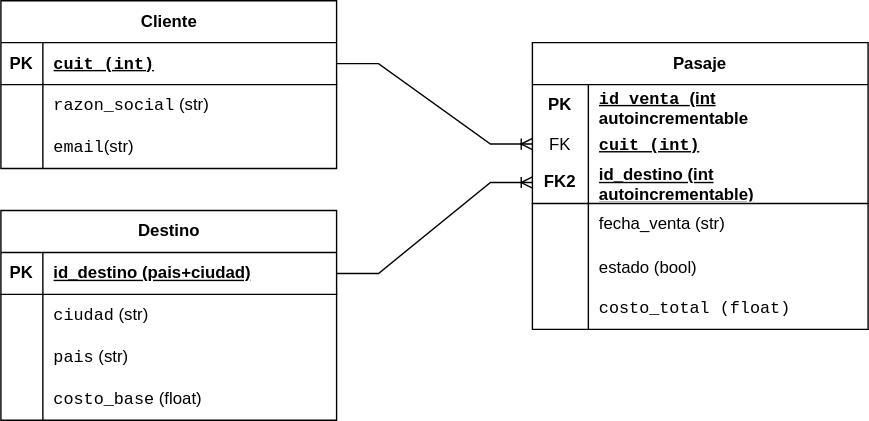
This is assets/SkyRoute.drawio.svg from ferareosa/ABP_Modulo_Programador, a draw.io export, as it was before one commit. Source tidied: cells renumbered, new cells last; positions are measured from the earlier drawing's top-left corner, leaving out a move shared by most shapes.
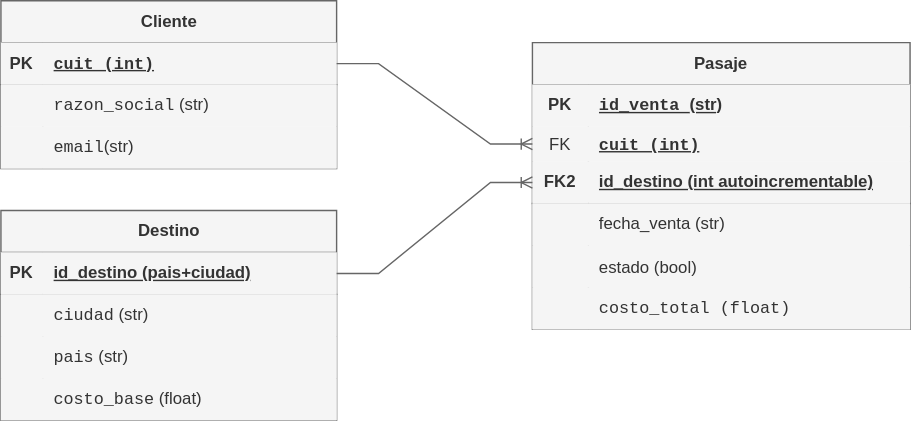
Above is the later version.

Commit message:
Update (README.md, SkyRoute.drawio.svg) se corrige informacion errada

The edit, as a diff of the source:
```diff
@@ -4,129 +4,129 @@
     <mxCell id="1" parent="0" />
-    <mxCell id="2" value="Destino" style="shape=table;startSize=30;rowLines=0;fontStyle=1;align=center;html=1;" parent="1" vertex="1">
+    <mxCell id="2" value="Destino" style="shape=table;startSize=30;rowLines=0;fontStyle=1;align=center;html=1;fillColor=#f5f5f5;fontColor=light-dark(#333333,#E6E6E6);strokeColor=#666666;" parent="1" vertex="1">
       <mxGeometry y="150" width="240" height="150" as="geometry" />
     </mxCell>
-    <mxCell id="3" style="shape=tableRow;horizontal=0;startSize=0;swimlaneHead=0;swimlaneBody=0;fillColor=none;points=[[0,0.5],[1,0.5]];portConstraint=eastwest;top=0;left=0;right=0;bottom=1;" parent="2" vertex="1">
+    <mxCell id="3" style="shape=tableRow;horizontal=0;startSize=0;swimlaneHead=0;swimlaneBody=0;fillColor=#f5f5f5;points=[[0,0.5],[1,0.5]];portConstraint=eastwest;top=0;left=0;right=0;bottom=1;fontColor=light-dark(#333333,#E6E6E6);strokeColor=#666666;" parent="2" vertex="1">
       <mxGeometry y="30" width="240" height="30" as="geometry" />
     </mxCell>
-    <mxCell id="4" value="PK" style="shape=partialRectangle;fillColor=none;top=0;left=0;bottom=0;right=0;fontStyle=1;overflow=hidden;whiteSpace=wrap;html=1;" parent="3" vertex="1">
+    <mxCell id="4" value="PK" style="shape=partialRectangle;fillColor=#f5f5f5;top=0;left=0;bottom=0;right=0;fontStyle=1;overflow=hidden;whiteSpace=wrap;html=1;fontColor=light-dark(#333333,#E6E6E6);strokeColor=#666666;" parent="3" vertex="1">
       <mxGeometry width="30" height="30" as="geometry" />
     </mxCell>
-    <mxCell id="5" value="id_destino (pais+ciudad)" style="shape=partialRectangle;fillColor=none;top=0;left=0;bottom=0;right=0;align=left;spacingLeft=6;fontStyle=5;overflow=hidden;whiteSpace=wrap;html=1;" parent="3" vertex="1">
+    <mxCell id="5" value="id_destino (pais+ciudad)" style="shape=partialRectangle;fillColor=#f5f5f5;top=0;left=0;bottom=0;right=0;align=left;spacingLeft=6;fontStyle=5;overflow=hidden;whiteSpace=wrap;html=1;fontColor=light-dark(#333333,#E6E6E6);strokeColor=#666666;" parent="3" vertex="1">
       <mxGeometry x="30" width="210" height="30" as="geometry" />
     </mxCell>
-    <mxCell id="6" style="shape=tableRow;horizontal=0;startSize=0;swimlaneHead=0;swimlaneBody=0;fillColor=none;top=0;left=0;right=0;bottom=0;" parent="2" vertex="1">
+    <mxCell id="6" style="shape=tableRow;horizontal=0;startSize=0;swimlaneHead=0;swimlaneBody=0;fillColor=#f5f5f5;top=0;left=0;right=0;bottom=0;fontColor=light-dark(#333333,#E6E6E6);strokeColor=#666666;" parent="2" vertex="1">
       <mxGeometry y="60" width="240" height="30" as="geometry" />
     </mxCell>
-    <mxCell id="7" style="shape=partialRectangle;fillColor=none;top=0;left=0;bottom=0;right=0;overflow=hidden;whiteSpace=wrap;html=1;" parent="6" vertex="1">
+    <mxCell id="7" style="shape=partialRectangle;fillColor=#f5f5f5;top=0;left=0;bottom=0;right=0;overflow=hidden;whiteSpace=wrap;html=1;fontColor=light-dark(#333333,#E6E6E6);strokeColor=#666666;" parent="6" vertex="1">
       <mxGeometry width="30" height="30" as="geometry" />
     </mxCell>
-    <mxCell id="8" value="&lt;code&gt;ciudad&lt;/code&gt; (str)" style="shape=partialRectangle;fillColor=none;top=0;left=0;bottom=0;right=0;align=left;spacingLeft=6;overflow=hidden;whiteSpace=wrap;html=1;" parent="6" vertex="1">
+    <mxCell id="8" value="&lt;code&gt;ciudad&lt;/code&gt; (str)" style="shape=partialRectangle;fillColor=#f5f5f5;top=0;left=0;bottom=0;right=0;align=left;spacingLeft=6;overflow=hidden;whiteSpace=wrap;html=1;fontColor=light-dark(#333333,#E6E6E6);strokeColor=#666666;" parent="6" vertex="1">
       <mxGeometry x="30" width="210" height="30" as="geometry" />
     </mxCell>
-    <mxCell id="9" style="shape=tableRow;horizontal=0;startSize=0;swimlaneHead=0;swimlaneBody=0;fillColor=none;top=0;left=0;right=0;bottom=0;" parent="2" vertex="1">
+    <mxCell id="9" style="shape=tableRow;horizontal=0;startSize=0;swimlaneHead=0;swimlaneBody=0;fillColor=#f5f5f5;top=0;left=0;right=0;bottom=0;fontColor=light-dark(#333333,#E6E6E6);strokeColor=#666666;" parent="2" vertex="1">
       <mxGeometry y="90" width="240" height="30" as="geometry" />
     </mxCell>
-    <mxCell id="10" style="shape=partialRectangle;fillColor=none;top=0;left=0;bottom=0;right=0;overflow=hidden;whiteSpace=wrap;html=1;" parent="9" vertex="1">
+    <mxCell id="10" style="shape=partialRectangle;fillColor=#f5f5f5;top=0;left=0;bottom=0;right=0;overflow=hidden;whiteSpace=wrap;html=1;fontColor=light-dark(#333333,#E6E6E6);strokeColor=#666666;" parent="9" vertex="1">
       <mxGeometry width="30" height="30" as="geometry" />
     </mxCell>
-    <mxCell id="11" value="&lt;code&gt;pais&lt;/code&gt; (str)" style="shape=partialRectangle;fillColor=none;top=0;left=0;bottom=0;right=0;align=left;spacingLeft=6;overflow=hidden;whiteSpace=wrap;html=1;" parent="9" vertex="1">
+    <mxCell id="11" value="&lt;code&gt;pais&lt;/code&gt; (str)" style="shape=partialRectangle;fillColor=#f5f5f5;top=0;left=0;bottom=0;right=0;align=left;spacingLeft=6;overflow=hidden;whiteSpace=wrap;html=1;fontColor=light-dark(#333333,#E6E6E6);strokeColor=#666666;" parent="9" vertex="1">
       <mxGeometry x="30" width="210" height="30" as="geometry" />
     </mxCell>
-    <mxCell id="12" style="shape=tableRow;horizontal=0;startSize=0;swimlaneHead=0;swimlaneBody=0;fillColor=none;top=0;left=0;right=0;bottom=0;" parent="2" vertex="1">
+    <mxCell id="12" style="shape=tableRow;horizontal=0;startSize=0;swimlaneHead=0;swimlaneBody=0;fillColor=#f5f5f5;top=0;left=0;right=0;bottom=0;fontColor=light-dark(#333333,#E6E6E6);strokeColor=#666666;" parent="2" vertex="1">
       <mxGeometry y="120" width="240" height="30" as="geometry" />
     </mxCell>
-    <mxCell id="13" style="shape=partialRectangle;fillColor=none;top=0;left=0;bottom=0;right=0;overflow=hidden;whiteSpace=wrap;html=1;" parent="12" vertex="1">
+    <mxCell id="13" style="shape=partialRectangle;fillColor=#f5f5f5;top=0;left=0;bottom=0;right=0;overflow=hidden;whiteSpace=wrap;html=1;fontColor=light-dark(#333333,#E6E6E6);strokeColor=#666666;" parent="12" vertex="1">
       <mxGeometry width="30" height="30" as="geometry" />
     </mxCell>
-    <mxCell id="14" value="&lt;code&gt;costo_base&lt;/code&gt; (float)" style="shape=partialRectangle;fillColor=none;top=0;left=0;bottom=0;right=0;align=left;spacingLeft=6;overflow=hidden;whiteSpace=wrap;html=1;" parent="12" vertex="1">
+    <mxCell id="14" value="&lt;code&gt;costo_base&lt;/code&gt; (float)" style="shape=partialRectangle;fillColor=#f5f5f5;top=0;left=0;bottom=0;right=0;align=left;spacingLeft=6;overflow=hidden;whiteSpace=wrap;html=1;fontColor=light-dark(#333333,#E6E6E6);strokeColor=#666666;" parent="12" vertex="1">
       <mxGeometry x="30" width="210" height="30" as="geometry" />
     </mxCell>
-    <mxCell id="15" value="Pasaje" style="shape=table;startSize=30;rowLines=0;fontStyle=1;align=center;html=1;whiteSpace=wrap;" parent="1" vertex="1">
-      <mxGeometry x="380" y="30" width="240" height="205" as="geometry" />
+    <mxCell id="15" value="Pasaje" style="shape=table;startSize=30;rowLines=0;fontStyle=1;align=center;html=1;whiteSpace=wrap;fillColor=#f5f5f5;fontColor=light-dark(#333333,#E6E6E6);strokeColor=#666666;" parent="1" vertex="1">
+      <mxGeometry x="380" y="30" width="270" height="205" as="geometry" />
     </mxCell>
-    <mxCell id="16" style="shape=tableRow;horizontal=0;startSize=0;swimlaneHead=0;swimlaneBody=0;fillColor=none;top=0;left=0;right=0;bottom=0;html=1;" parent="15" vertex="1">
-      <mxGeometry y="30" width="240" height="30" as="geometry" />
+    <mxCell id="16" style="shape=tableRow;horizontal=0;startSize=0;swimlaneHead=0;swimlaneBody=0;fillColor=#f5f5f5;top=0;left=0;right=0;bottom=0;html=1;fontColor=light-dark(#333333,#E6E6E6);strokeColor=#666666;" parent="15" vertex="1">
+      <mxGeometry y="30" width="270" height="30" as="geometry" />
     </mxCell>
-    <mxCell id="17" value="PK" style="shape=partialRectangle;fillColor=none;top=0;left=0;bottom=0;right=0;fontStyle=1;overflow=hidden;html=1;whiteSpace=wrap;" parent="16" vertex="1">
+    <mxCell id="17" value="PK" style="shape=partialRectangle;fillColor=#f5f5f5;top=0;left=0;bottom=0;right=0;fontStyle=1;overflow=hidden;html=1;whiteSpace=wrap;fontColor=light-dark(#333333,#E6E6E6);strokeColor=#666666;" parent="16" vertex="1">
       <mxGeometry width="40" height="30" as="geometry" />
     </mxCell>
-    <mxCell id="18" value="&lt;code&gt;id_venta&amp;nbsp;&lt;/code&gt;(int autoincrementable" style="shape=partialRectangle;fillColor=none;top=0;left=0;bottom=0;right=0;align=left;spacingLeft=6;fontStyle=5;overflow=hidden;html=1;whiteSpace=wrap;" parent="16" vertex="1">
-      <mxGeometry x="40" width="200" height="30" as="geometry" />
+    <mxCell id="18" value="&lt;code&gt;id_venta&amp;nbsp;&lt;/code&gt;(str)" style="shape=partialRectangle;fillColor=#f5f5f5;top=0;left=0;bottom=0;right=0;align=left;spacingLeft=6;fontStyle=5;overflow=hidden;html=1;whiteSpace=wrap;fontColor=light-dark(#333333,#E6E6E6);strokeColor=#666666;" parent="16" vertex="1">
+      <mxGeometry x="40" width="230" height="30" as="geometry" />
     </mxCell>
-    <mxCell id="19" style="shape=tableRow;horizontal=0;startSize=0;swimlaneHead=0;swimlaneBody=0;fillColor=none;points=[[0,0.5],[1,0.5]];portConstraint=eastwest;top=0;left=0;right=0;bottom=0;" parent="15" vertex="1">
-      <mxGeometry y="60" width="240" height="25" as="geometry" />
+    <mxCell id="19" style="shape=tableRow;horizontal=0;startSize=0;swimlaneHead=0;swimlaneBody=0;fillColor=#f5f5f5;points=[[0,0.5],[1,0.5]];portConstraint=eastwest;top=0;left=0;right=0;bottom=0;fontColor=light-dark(#333333,#E6E6E6);strokeColor=#666666;" parent="15" vertex="1">
+      <mxGeometry y="60" width="270" height="25" as="geometry" />
     </mxCell>
-    <mxCell id="20" value="FK" style="shape=partialRectangle;fillColor=none;top=0;left=0;bottom=0;right=0;fontStyle=0;overflow=hidden;whiteSpace=wrap;html=1;" parent="19" vertex="1">
+    <mxCell id="20" value="FK" style="shape=partialRectangle;fillColor=#f5f5f5;top=0;left=0;bottom=0;right=0;fontStyle=0;overflow=hidden;whiteSpace=wrap;html=1;fontColor=light-dark(#333333,#E6E6E6);strokeColor=#666666;" parent="19" vertex="1">
       <mxGeometry width="40" height="25" as="geometry" />
     </mxCell>
-    <mxCell id="21" value="&lt;span style=&quot;font-family: monospace; font-weight: 700; text-decoration-line: underline;&quot;&gt;cuit (int)&lt;/span&gt;" style="shape=partialRectangle;fillColor=none;top=0;left=0;bottom=0;right=0;align=left;spacingLeft=6;fontStyle=0;overflow=hidden;whiteSpace=wrap;html=1;" parent="19" vertex="1">
-      <mxGeometry x="40" width="200" height="25" as="geometry" />
+    <mxCell id="21" value="&lt;span style=&quot;font-family: monospace; font-weight: 700; text-decoration-line: underline;&quot;&gt;cuit (int)&lt;/span&gt;" style="shape=partialRectangle;fillColor=#f5f5f5;top=0;left=0;bottom=0;right=0;align=left;spacingLeft=6;fontStyle=0;overflow=hidden;whiteSpace=wrap;html=1;fontColor=light-dark(#333333,#E6E6E6);strokeColor=#666666;" parent="19" vertex="1">
+      <mxGeometry x="40" width="230" height="25" as="geometry" />
     </mxCell>
-    <mxCell id="22" style="shape=tableRow;horizontal=0;startSize=0;swimlaneHead=0;swimlaneBody=0;fillColor=none;points=[[0,0.5],[1,0.5]];portConstraint=eastwest;top=0;left=0;right=0;bottom=1;html=1;" parent="15" vertex="1">
-      <mxGeometry y="85" width="240" height="30" as="geometry" />
+    <mxCell id="22" style="shape=tableRow;horizontal=0;startSize=0;swimlaneHead=0;swimlaneBody=0;fillColor=#f5f5f5;points=[[0,0.5],[1,0.5]];portConstraint=eastwest;top=0;left=0;right=0;bottom=1;html=1;fontColor=light-dark(#333333,#E6E6E6);strokeColor=#666666;" parent="15" vertex="1">
+      <mxGeometry y="85" width="270" height="30" as="geometry" />
     </mxCell>
-    <mxCell id="23" value="FK2" style="shape=partialRectangle;fillColor=none;top=0;left=0;bottom=0;right=0;fontStyle=1;overflow=hidden;html=1;whiteSpace=wrap;" parent="22" vertex="1">
+    <mxCell id="23" value="FK2" style="shape=partialRectangle;fillColor=#f5f5f5;top=0;left=0;bottom=0;right=0;fontStyle=1;overflow=hidden;html=1;whiteSpace=wrap;fontColor=light-dark(#333333,#E6E6E6);strokeColor=#666666;" parent="22" vertex="1">
       <mxGeometry width="40" height="30" as="geometry" />
     </mxCell>
-    <mxCell id="24" value="id_destino (int autoincrementable)" style="shape=partialRectangle;fillColor=none;top=0;left=0;bottom=0;right=0;align=left;spacingLeft=6;fontStyle=5;overflow=hidden;html=1;whiteSpace=wrap;" parent="22" vertex="1">
-      <mxGeometry x="40" width="200" height="30" as="geometry" />
+    <mxCell id="24" value="id_destino (int autoincrementable)" style="shape=partialRectangle;fillColor=#f5f5f5;top=0;left=0;bottom=0;right=0;align=left;spacingLeft=6;fontStyle=5;overflow=hidden;html=1;whiteSpace=wrap;fontColor=light-dark(#333333,#E6E6E6);strokeColor=#666666;" parent="22" vertex="1">
+      <mxGeometry x="40" width="230" height="30" as="geometry" />
     </mxCell>
-    <mxCell id="25" style="shape=tableRow;horizontal=0;startSize=0;swimlaneHead=0;swimlaneBody=0;fillColor=none;top=0;left=0;right=0;bottom=0;html=1;" parent="15" vertex="1">
-      <mxGeometry y="115" width="240" height="30" as="geometry" />
+    <mxCell id="25" style="shape=tableRow;horizontal=0;startSize=0;swimlaneHead=0;swimlaneBody=0;fillColor=#f5f5f5;top=0;left=0;right=0;bottom=0;html=1;fontColor=light-dark(#333333,#E6E6E6);strokeColor=#666666;" parent="15" vertex="1">
+      <mxGeometry y="115" width="270" height="30" as="geometry" />
     </mxCell>
-    <mxCell id="26" style="shape=partialRectangle;fillColor=none;top=0;left=0;bottom=0;right=0;overflow=hidden;html=1;whiteSpace=wrap;" parent="25" vertex="1">
+    <mxCell id="26" style="shape=partialRectangle;fillColor=#f5f5f5;top=0;left=0;bottom=0;right=0;overflow=hidden;html=1;whiteSpace=wrap;fontColor=light-dark(#333333,#E6E6E6);strokeColor=#666666;" parent="25" vertex="1">
       <mxGeometry width="40" height="30" as="geometry" />
     </mxCell>
-    <mxCell id="27" value="fecha_venta (str)" style="shape=partialRectangle;fillColor=none;top=0;left=0;bottom=0;right=0;align=left;spacingLeft=6;overflow=hidden;html=1;whiteSpace=wrap;" parent="25" vertex="1">
-      <mxGeometry x="40" width="200" height="30" as="geometry" />
+    <mxCell id="27" value="fecha_venta (str)" style="shape=partialRectangle;fillColor=#f5f5f5;top=0;left=0;bottom=0;right=0;align=left;spacingLeft=6;overflow=hidden;html=1;whiteSpace=wrap;fontColor=light-dark(#333333,#E6E6E6);strokeColor=#666666;" parent="25" vertex="1">
+      <mxGeometry x="40" width="230" height="30" as="geometry" />
     </mxCell>
-    <mxCell id="28" style="shape=tableRow;horizontal=0;startSize=0;swimlaneHead=0;swimlaneBody=0;fillColor=none;top=0;left=0;right=0;bottom=0;" parent="15" vertex="1">
-      <mxGeometry y="145" width="240" height="30" as="geometry" />
+    <mxCell id="28" style="shape=tableRow;horizontal=0;startSize=0;swimlaneHead=0;swimlaneBody=0;fillColor=#f5f5f5;top=0;left=0;right=0;bottom=0;fontColor=light-dark(#333333,#E6E6E6);strokeColor=#666666;" parent="15" vertex="1">
+      <mxGeometry y="145" width="270" height="30" as="geometry" />
     </mxCell>
-    <mxCell id="29" style="shape=partialRectangle;fillColor=none;top=0;left=0;bottom=0;right=0;overflow=hidden;" parent="28" vertex="1">
+    <mxCell id="29" style="shape=partialRectangle;fillColor=#f5f5f5;top=0;left=0;bottom=0;right=0;overflow=hidden;fontColor=light-dark(#333333,#E6E6E6);strokeColor=#666666;" parent="28" vertex="1">
       <mxGeometry width="40" height="30" as="geometry" />
     </mxCell>
-    <mxCell id="30" value="estado (bool)" style="shape=partialRectangle;fillColor=none;top=0;left=0;bottom=0;right=0;align=left;spacingLeft=6;overflow=hidden;" parent="28" vertex="1">
-      <mxGeometry x="40" width="200" height="30" as="geometry" />
+    <mxCell id="30" value="estado (bool)" style="shape=partialRectangle;fillColor=#f5f5f5;top=0;left=0;bottom=0;right=0;align=left;spacingLeft=6;overflow=hidden;fontColor=light-dark(#333333,#E6E6E6);strokeColor=#666666;" parent="28" vertex="1">
+      <mxGeometry x="40" width="230" height="30" as="geometry" />
     </mxCell>
-    <mxCell id="31" style="shape=tableRow;horizontal=0;startSize=0;swimlaneHead=0;swimlaneBody=0;fillColor=none;top=0;left=0;right=0;bottom=0;html=1;" parent="15" vertex="1">
-      <mxGeometry y="175" width="240" height="30" as="geometry" />
+    <mxCell id="31" style="shape=tableRow;horizontal=0;startSize=0;swimlaneHead=0;swimlaneBody=0;fillColor=#f5f5f5;top=0;left=0;right=0;bottom=0;html=1;fontColor=light-dark(#333333,#E6E6E6);strokeColor=#666666;" parent="15" vertex="1">
+      <mxGeometry y="175" width="270" height="30" as="geometry" />
     </mxCell>
-    <mxCell id="32" style="shape=partialRectangle;fillColor=none;top=0;left=0;bottom=0;right=0;overflow=hidden;html=1;whiteSpace=wrap;" parent="31" vertex="1">
+    <mxCell id="32" style="shape=partialRectangle;fillColor=#f5f5f5;top=0;left=0;bottom=0;right=0;overflow=hidden;html=1;whiteSpace=wrap;fontColor=light-dark(#333333,#E6E6E6);strokeColor=#666666;" parent="31" vertex="1">
       <mxGeometry width="40" height="30" as="geometry" />
     </mxCell>
-    <mxCell id="33" value="&lt;code&gt;costo_total (float)&lt;/code&gt;" style="shape=partialRectangle;fillColor=none;top=0;left=0;bottom=0;right=0;align=left;spacingLeft=6;overflow=hidden;html=1;whiteSpace=wrap;" parent="31" vertex="1">
-      <mxGeometry x="40" width="200" height="30" as="geometry" />
+    <mxCell id="33" value="&lt;code&gt;costo_total (float)&lt;/code&gt;" style="shape=partialRectangle;fillColor=#f5f5f5;top=0;left=0;bottom=0;right=0;align=left;spacingLeft=6;overflow=hidden;html=1;whiteSpace=wrap;fontColor=light-dark(#333333,#E6E6E6);strokeColor=#666666;" parent="31" vertex="1">
+      <mxGeometry x="40" width="230" height="30" as="geometry" />
     </mxCell>
-    <mxCell id="34" value="Cliente" style="shape=table;startSize=30;rowLines=0;fontStyle=1;align=center;html=1;" parent="1" vertex="1">
+    <mxCell id="34" value="Cliente" style="shape=table;startSize=30;rowLines=0;fontStyle=1;align=center;html=1;fillColor=#f5f5f5;fontColor=light-dark(#333333,#E6E6E6);strokeColor=#666666;" parent="1" vertex="1">
       <mxGeometry width="240" height="120" as="geometry" />
     </mxCell>
-    <mxCell id="35" style="shape=tableRow;horizontal=0;startSize=0;swimlaneHead=0;swimlaneBody=0;fillColor=none;points=[[0,0.5],[1,0.5]];portConstraint=eastwest;top=0;left=0;right=0;bottom=1;" parent="34" vertex="1">
+    <mxCell id="35" style="shape=tableRow;horizontal=0;startSize=0;swimlaneHead=0;swimlaneBody=0;fillColor=#f5f5f5;points=[[0,0.5],[1,0.5]];portConstraint=eastwest;top=0;left=0;right=0;bottom=1;fontColor=light-dark(#333333,#E6E6E6);strokeColor=#666666;" parent="34" vertex="1">
       <mxGeometry y="30" width="240" height="30" as="geometry" />
     </mxCell>
-    <mxCell id="36" value="PK" style="shape=partialRectangle;fillColor=none;top=0;left=0;bottom=0;right=0;fontStyle=1;overflow=hidden;whiteSpace=wrap;html=1;" parent="35" vertex="1">
+    <mxCell id="36" value="PK" style="shape=partialRectangle;fillColor=#f5f5f5;top=0;left=0;bottom=0;right=0;fontStyle=1;overflow=hidden;whiteSpace=wrap;html=1;fontColor=light-dark(#333333,#E6E6E6);strokeColor=#666666;" parent="35" vertex="1">
       <mxGeometry width="30" height="30" as="geometry" />
     </mxCell>
-    <mxCell id="37" value="&lt;code&gt;cuit (int)&lt;/code&gt;" style="shape=partialRectangle;fillColor=none;top=0;left=0;bottom=0;right=0;align=left;spacingLeft=6;fontStyle=5;overflow=hidden;whiteSpace=wrap;html=1;" parent="35" vertex="1">
+    <mxCell id="37" value="&lt;code&gt;cuit (int)&lt;/code&gt;" style="shape=partialRectangle;fillColor=#f5f5f5;top=0;left=0;bottom=0;right=0;align=left;spacingLeft=6;fontStyle=5;overflow=hidden;whiteSpace=wrap;html=1;fontColor=light-dark(#333333,#E6E6E6);strokeColor=#666666;" parent="35" vertex="1">
       <mxGeometry x="30" width="210" height="30" as="geometry" />
     </mxCell>
-    <mxCell id="38" style="shape=tableRow;horizontal=0;startSize=0;swimlaneHead=0;swimlaneBody=0;fillColor=none;top=0;left=0;right=0;bottom=0;" parent="34" vertex="1">
+    <mxCell id="38" style="shape=tableRow;horizontal=0;startSize=0;swimlaneHead=0;swimlaneBody=0;fillColor=#f5f5f5;top=0;left=0;right=0;bottom=0;fontColor=light-dark(#333333,#E6E6E6);strokeColor=#666666;" parent="34" vertex="1">
       <mxGeometry y="60" width="240" height="30" as="geometry" />
     </mxCell>
-    <mxCell id="39" style="shape=partialRectangle;fillColor=none;top=0;left=0;bottom=0;right=0;overflow=hidden;whiteSpace=wrap;html=1;" parent="38" vertex="1">
+    <mxCell id="39" style="shape=partialRectangle;fillColor=#f5f5f5;top=0;left=0;bottom=0;right=0;overflow=hidden;whiteSpace=wrap;html=1;fontColor=light-dark(#333333,#E6E6E6);strokeColor=#666666;" parent="38" vertex="1">
       <mxGeometry width="30" height="30" as="geometry" />
     </mxCell>
-    <mxCell id="40" value="&lt;code&gt;razon_social&lt;/code&gt; (str)" style="shape=partialRectangle;fillColor=none;top=0;left=0;bottom=0;right=0;align=left;spacingLeft=6;overflow=hidden;whiteSpace=wrap;html=1;" parent="38" vertex="1">
+    <mxCell id="40" value="&lt;code&gt;razon_social&lt;/code&gt; (str)" style="shape=partialRectangle;fillColor=#f5f5f5;top=0;left=0;bottom=0;right=0;align=left;spacingLeft=6;overflow=hidden;whiteSpace=wrap;html=1;fontColor=light-dark(#333333,#E6E6E6);strokeColor=#666666;" parent="38" vertex="1">
       <mxGeometry x="30" width="210" height="30" as="geometry" />
     </mxCell>
-    <mxCell id="41" style="shape=tableRow;horizontal=0;startSize=0;swimlaneHead=0;swimlaneBody=0;fillColor=none;top=0;left=0;right=0;bottom=0;" parent="34" vertex="1">
+    <mxCell id="41" style="shape=tableRow;horizontal=0;startSize=0;swimlaneHead=0;swimlaneBody=0;fillColor=#f5f5f5;top=0;left=0;right=0;bottom=0;fontColor=light-dark(#333333,#E6E6E6);strokeColor=#666666;" parent="34" vertex="1">
       <mxGeometry y="90" width="240" height="30" as="geometry" />
     </mxCell>
-    <mxCell id="42" style="shape=partialRectangle;fillColor=none;top=0;left=0;bottom=0;right=0;overflow=hidden;whiteSpace=wrap;html=1;" parent="41" vertex="1">
+    <mxCell id="42" style="shape=partialRectangle;fillColor=#f5f5f5;top=0;left=0;bottom=0;right=0;overflow=hidden;whiteSpace=wrap;html=1;fontColor=light-dark(#333333,#E6E6E6);strokeColor=#666666;" parent="41" vertex="1">
       <mxGeometry width="30" height="30" as="geometry" />
     </mxCell>
-    <mxCell id="43" value="&lt;font face=&quot;monospace&quot;&gt;email&lt;/font&gt;(str)" style="shape=partialRectangle;fillColor=none;top=0;left=0;bottom=0;right=0;align=left;spacingLeft=6;overflow=hidden;whiteSpace=wrap;html=1;" parent="41" vertex="1">
+    <mxCell id="43" value="&lt;font face=&quot;monospace&quot;&gt;email&lt;/font&gt;(str)" style="shape=partialRectangle;fillColor=#f5f5f5;top=0;left=0;bottom=0;right=0;align=left;spacingLeft=6;overflow=hidden;whiteSpace=wrap;html=1;fontColor=light-dark(#333333,#E6E6E6);strokeColor=#666666;" parent="41" vertex="1">
       <mxGeometry x="30" width="210" height="30" as="geometry" />
     </mxCell>
-    <mxCell id="44" style="edgeStyle=entityRelationEdgeStyle;fontSize=12;html=1;endArrow=ERoneToMany;rounded=0;exitX=1;exitY=0.5;exitDx=0;exitDy=0;entryX=0;entryY=0.5;entryDx=0;entryDy=0;" parent="1" edge="1" source="35" target="19">
+    <mxCell id="44" style="edgeStyle=entityRelationEdgeStyle;fontSize=12;html=1;endArrow=ERoneToMany;rounded=0;exitX=1;exitY=0.5;exitDx=0;exitDy=0;entryX=0;entryY=0.5;entryDx=0;entryDy=0;fillColor=#f5f5f5;strokeColor=#666666;fontColor=light-dark(#333333,#E6E6E6);" parent="1" edge="1" source="35" target="19">
       <mxGeometry relative="1" as="geometry">
@@ -137,3 +137,3 @@
     </mxCell>
-    <mxCell id="45" style="edgeStyle=entityRelationEdgeStyle;fontSize=12;html=1;endArrow=ERoneToMany;rounded=0;entryX=0;entryY=0.5;entryDx=0;entryDy=0;" parent="1" edge="1" source="3" target="22">
+    <mxCell id="45" style="edgeStyle=entityRelationEdgeStyle;fontSize=12;html=1;endArrow=ERoneToMany;rounded=0;entryX=0;entryY=0.5;entryDx=0;entryDy=0;fillColor=#f5f5f5;strokeColor=#666666;fontColor=light-dark(#333333,#E6E6E6);" parent="1" edge="1" source="3" target="22">
       <mxGeometry relative="1" as="geometry" />
```
